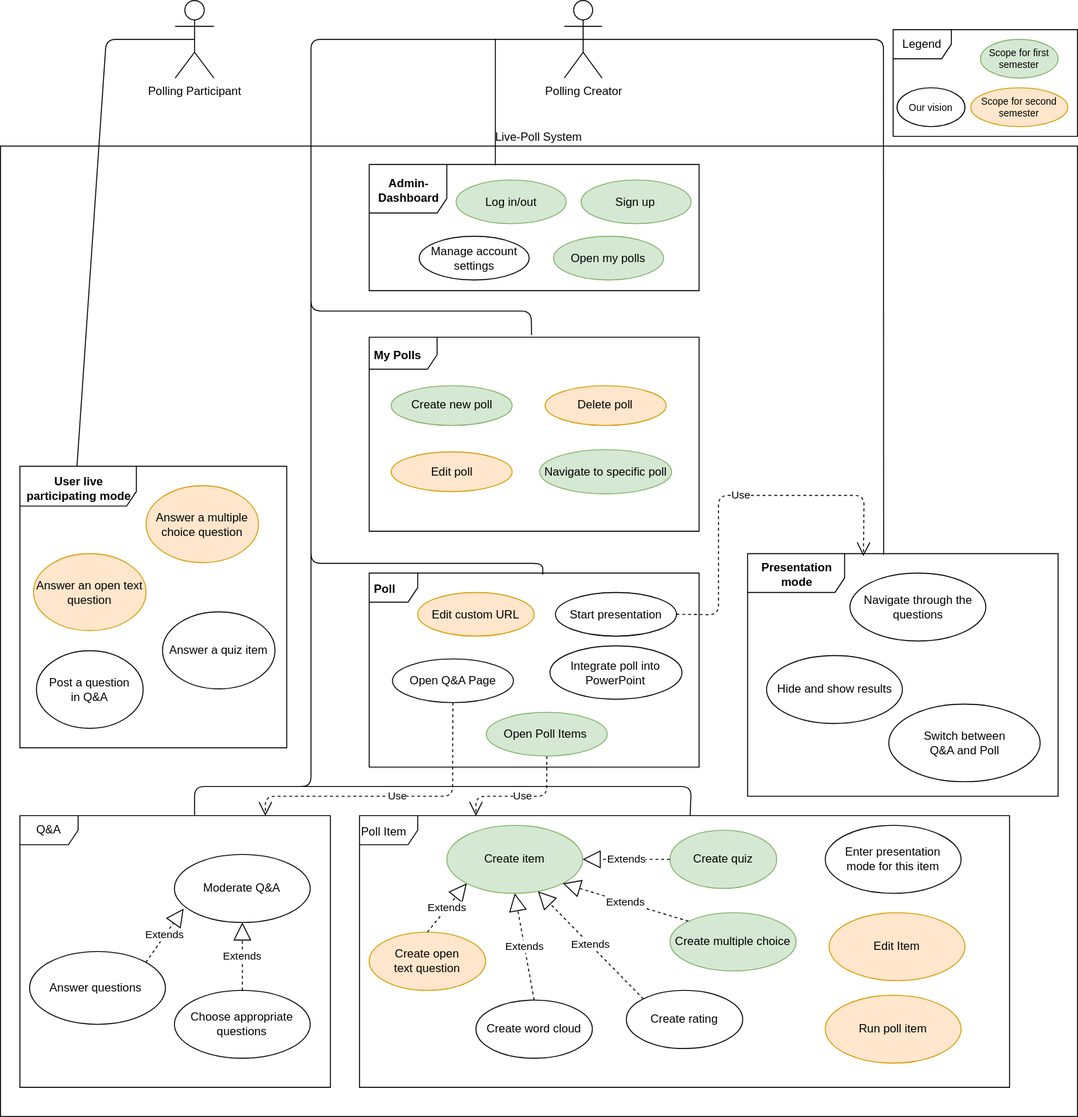
Earlier version of the draw.io export media/live-poll-ucd.svg (livepoll/live-poll-docs). Source tidied: cells renumbered, new cells last; positions are measured from the earlier drawing's top-left corner, leaving out a move shared by most shapes.
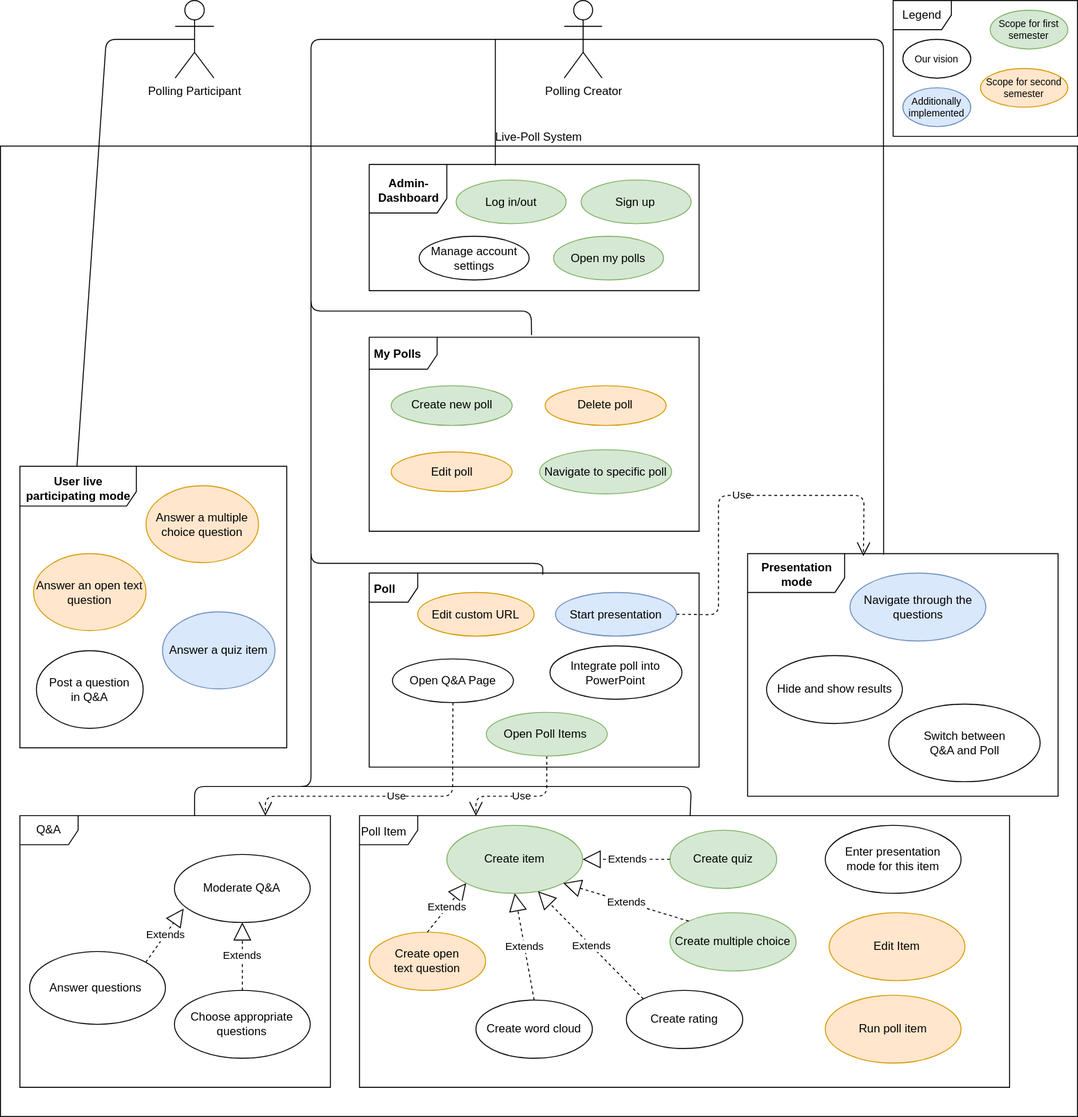
After the commit.

Commit message:
Update SRS UCD

What changed in the source:
```diff
@@ -90,7 +90,7 @@
     <mxCell id="25" value="Post a question&lt;br&gt;in Q&amp;amp;A" style="ellipse;whiteSpace=wrap;html=1;" parent="22" vertex="1">
       <mxGeometry x="17" y="190" width="110" height="80" as="geometry" />
     </mxCell>
-    <mxCell id="26" value="Answer a quiz item" style="ellipse;whiteSpace=wrap;html=1;" parent="22" vertex="1">
+    <mxCell id="26" value="Answer a quiz item" style="ellipse;whiteSpace=wrap;html=1;fillColor=#dae8fc;strokeColor=#6c8ebf;" parent="22" vertex="1">
       <mxGeometry x="147" y="150" width="115.9" height="79.3" as="geometry" />
     </mxCell>
     <mxCell id="27" value="Answer a multiple choice question" style="ellipse;whiteSpace=wrap;html=1;fillColor=#ffe6cc;strokeColor=#d79b00;" parent="22" vertex="1">
@@ -132,7 +132,7 @@
     <mxCell id="37" value="Open Poll Items&amp;nbsp;" style="ellipse;whiteSpace=wrap;html=1;fillColor=#d5e8d4;strokeColor=#82b366;" parent="34" vertex="1">
       <mxGeometry x="120.7" y="133.5" width="124.7" height="45" as="geometry" />
     </mxCell>
-    <mxCell id="38" value="Start presentation" style="ellipse;whiteSpace=wrap;html=1;" parent="34" vertex="1">
+    <mxCell id="38" value="Start presentation" style="ellipse;whiteSpace=wrap;html=1;fillColor=#dae8fc;strokeColor=#6c8ebf;" parent="34" vertex="1">
       <mxGeometry x="192" y="10" width="124.7" height="45" as="geometry" />
     </mxCell>
     <mxCell id="39" value="Integrate poll into PowerPoint" style="ellipse;whiteSpace=wrap;html=1;" parent="34" vertex="1">
@@ -171,7 +171,7 @@
     <mxCell id="50" value="Switch between&lt;br&gt;Q&amp;amp;A and Poll" style="ellipse;whiteSpace=wrap;html=1;" parent="48" vertex="1">
       <mxGeometry x="145.5" y="155" width="156" height="80" as="geometry" />
     </mxCell>
-    <mxCell id="51" value="Navigate through the questions" style="ellipse;whiteSpace=wrap;html=1;" parent="48" vertex="1">
+    <mxCell id="51" value="Navigate through the questions" style="ellipse;whiteSpace=wrap;html=1;fillColor=#dae8fc;strokeColor=#6c8ebf;" parent="48" vertex="1">
       <mxGeometry x="105.5" y="20" width="140" height="70" as="geometry" />
     </mxCell>
     <mxCell id="52" value="Hide and show results" style="ellipse;whiteSpace=wrap;html=1;" parent="48" vertex="1">
@@ -234,13 +234,13 @@
       </mxGeometry>
     </mxCell>
     <mxCell id="60" value="Legend" style="shape=umlFrame;whiteSpace=wrap;html=1;" parent="1" vertex="1">
-      <mxGeometry x="920" y="30" width="190" height="110" as="geometry" />
+      <mxGeometry x="920" width="190" height="140" as="geometry" />
     </mxCell>
     <mxCell id="61" value="Scope for first semester" style="ellipse;whiteSpace=wrap;html=1;fillColor=#d5e8d4;strokeColor=#82b366;fontSize=10;" parent="1" vertex="1">
-      <mxGeometry x="1010" y="40" width="80" height="40" as="geometry" />
+      <mxGeometry x="1020" y="10" width="80" height="40" as="geometry" />
     </mxCell>
     <mxCell id="62" value="Our vision" style="ellipse;whiteSpace=wrap;html=1;fontSize=10;" parent="1" vertex="1">
-      <mxGeometry x="924" y="90" width="70" height="40" as="geometry" />
+      <mxGeometry x="930" y="40" width="70" height="40" as="geometry" />
     </mxCell>
     <mxCell id="63" value="Create open &lt;br&gt;text question" style="ellipse;whiteSpace=wrap;html=1;fillColor=#ffe6cc;strokeColor=#d79b00;" parent="1" vertex="1">
       <mxGeometry x="380" y="960" width="120" height="60" as="geometry" />
@@ -270,7 +270,10 @@
       <mxGeometry x="850" y="1025" width="140" height="70" as="geometry" />
     </mxCell>
     <mxCell id="72" value="Scope for second semester" style="ellipse;whiteSpace=wrap;html=1;fillColor=#ffe6cc;strokeColor=#d79b00;fontSize=10;" parent="1" vertex="1">
-      <mxGeometry x="1000" y="90" width="100" height="40" as="geometry" />
+      <mxGeometry x="1010" y="70" width="90" height="40" as="geometry" />
     </mxCell>
+    <mxCell id="73" value="Additionally implemented" style="ellipse;whiteSpace=wrap;html=1;fontSize=10;fillColor=#dae8fc;strokeColor=#6c8ebf;" parent="1" vertex="1">
+      <mxGeometry x="930" y="90" width="70" height="40" as="geometry" />
+    </mxCell>
   </root>
 </mxGraphModel>
```
